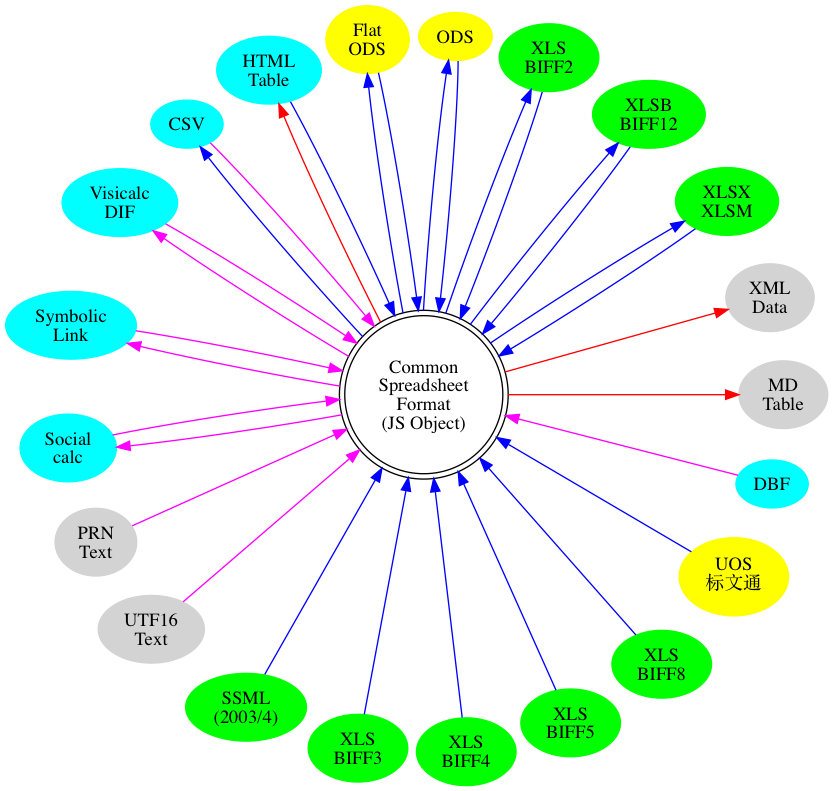
SheetJS/j keeps this Graphviz diagram as formats.png. Above is the earlier version. Its source is kept beside it as formats.dot. The source it was exported from:
```dot
digraph G {
	graph [mindist=0.1];
	csf [shape=doublecircle,label="Common\nSpreadsheet\nFormat\n(JS Object)"];
	subgraph OUT {
		node  [style=filled,color=lightgrey];
		md    [label="MD\nTable"];
		prn   [label="PRN\nText"];
		txt   [label="UTF16\nText"];
		xml   [label="XML\nData"];
	}

	subgraph XL {
		node  [style=filled,color=green];
		xlsx  [label="XLSX\nXLSM"];
		xlsb  [label="XLSB\nBIFF12"];
		xlml  [label="SSML\n(2003/4)"];
		xls2  [label="XLS\nBIFF2"];
		xls3  [label="XLS\nBIFF3"];
		xls4  [label="XLS\nBIFF4"];
		xls5  [label="XLS\nBIFF5"];
		xls8  [label="XLS\nBIFF8"];
	}

	subgraph OD {
		node  [style=filled,color=yellow];
		ods   [label="ODS"];
		fods  [label="Flat\nODS"];
		uos   [label="UOS\n标文通"];
	}

	subgraph OLD {
		node  [style=filled,color=cyan];
		html  [label="HTML\nTable"];
		csv   [label="CSV"];
		dbf   [label="DBF"];
		dif   [label="Visicalc\nDIF"];
		slk   [label="Symbolic\nLink"];
		sclc  [label="Social\ncalc"];
	}

	subgraph JSXLSX {
		edge [color=blue];
		csf -> xlsx
		xlsx -> csf
		csf -> xlsb
		xlsb -> csf
		xlml -> csf
		xls2 -> csf
		csf -> xls2
		xls3 -> csf
		xls4 -> csf
		xls5 -> csf
		xls8 -> csf
		csf -> csv
		ods -> csf
		csf -> ods
		fods -> csf
		csf -> fods
		uos -> csf
		html -> csf
	}

	subgraph JSHARB {
		edge [color=magenta];
		csf -> sclc
		sclc -> csf
		csv -> csf
		dif -> csf
		csf -> dif
		csf -> slk
		slk -> csf
		prn -> csf
		txt -> csf
		dbf -> csf
	}

	subgraph J {
		edge [color=red];
		csf -> html
		csf -> md
		csf -> xml
	}
}
```
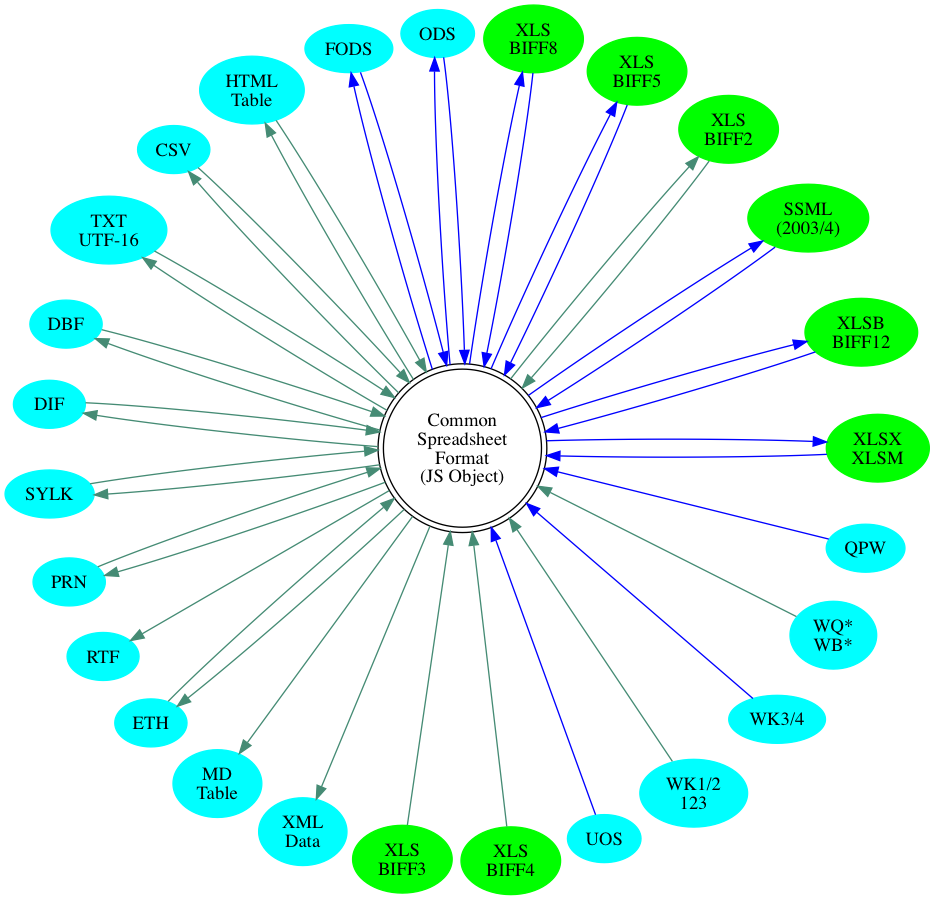
Later version of the same file.

What changed in the source:
```diff
@@ -1,14 +1,6 @@
 digraph G {
 	graph [mindist=0.1];
 	csf [shape=doublecircle,label="Common\nSpreadsheet\nFormat\n(JS Object)"];
-	subgraph OUT {
-		node  [style=filled,color=lightgrey];
-		md    [label="MD\nTable"];
-		prn   [label="PRN\nText"];
-		txt   [label="UTF16\nText"];
-		xml   [label="XML\nData"];
-	}
-
 	subgraph XL {
 		node  [style=filled,color=green];
 		xlsx  [label="XLSX\nXLSM"];
@@ -21,62 +13,73 @@
 		xls8  [label="XLS\nBIFF8"];
 	}
 
-	subgraph OD {
-		node  [style=filled,color=yellow];
+	subgraph OLD {
+		node  [style=filled,color=cyan];
 		ods   [label="ODS"];
-		fods  [label="Flat\nODS"];
-		uos   [label="UOS\n标文通"];
+		fods  [label="FODS"];
+		uos   [label="UOS"];
+		html  [label="HTML\nTable"];
+		csv   [label="CSV"];
+		txt   [label="TXT\nUTF-16"];
+		dbf   [label="DBF"];
+		dif   [label="DIF"];
+		slk   [label="SYLK"];
+		prn   [label="PRN"];
+		rtf   [label="RTF"];
+		wk1   [label="WK1/2\n123"];
+		wk3   [label="WK3/4"];
+		wqb   [label="WQ*\nWB*"];
+		qpw   [label="QPW"];
+		eth   [label="ETH"];
+		md    [label="MD\nTable"];
+		xml   [label="XML\nData"];
 	}
 
-	subgraph OLD {
-		node  [style=filled,color=cyan];
-		html  [label="HTML\nTable"];
-		csv   [label="CSV"];
-		dbf   [label="DBF"];
-		dif   [label="Visicalc\nDIF"];
-		slk   [label="Symbolic\nLink"];
-		sclc  [label="Social\ncalc"];
-	}
-
-	subgraph JSXLSX {
+	subgraph WORKBOOK {
 		edge [color=blue];
 		csf -> xlsx
 		xlsx -> csf
 		csf -> xlsb
 		xlsb -> csf
+		csf -> xlml
 		xlml -> csf
-		xls2 -> csf
-		csf -> xls2
-		xls3 -> csf
-		xls4 -> csf
+		csf -> xls5
 		xls5 -> csf
+		csf -> xls8
 		xls8 -> csf
-		csf -> csv
 		ods -> csf
 		csf -> ods
 		fods -> csf
 		csf -> fods
 		uos -> csf
-		html -> csf
+		wk3 -> csf
+		qpw -> csf
 	}
-
-	subgraph JSHARB {
-		edge [color=magenta];
-		csf -> sclc
-		sclc -> csf
-		csv -> csf
-		dif -> csf
-		csf -> dif
+	subgraph WORKSHEET {
+		edge [color=aquamarine4];
+		xls2 -> csf
+		csf -> xls2
+		xls3 -> csf
+		xls4 -> csf
 		csf -> slk
 		slk -> csf
+		csf -> dif
+		wk1 -> csf
+		wqb -> csf
+		dif -> csf
+		csf -> rtf
 		prn -> csf
+		csf -> prn
+		csv -> csf
+		csf -> csv
 		txt -> csf
+		csf -> txt
 		dbf -> csf
-	}
-
-	subgraph J {
-		edge [color=red];
+		csf -> dbf
+		html -> csf
 		csf -> html
+		csf -> eth
+		eth -> csf
 		csf -> md
 		csf -> xml
 	}
```
